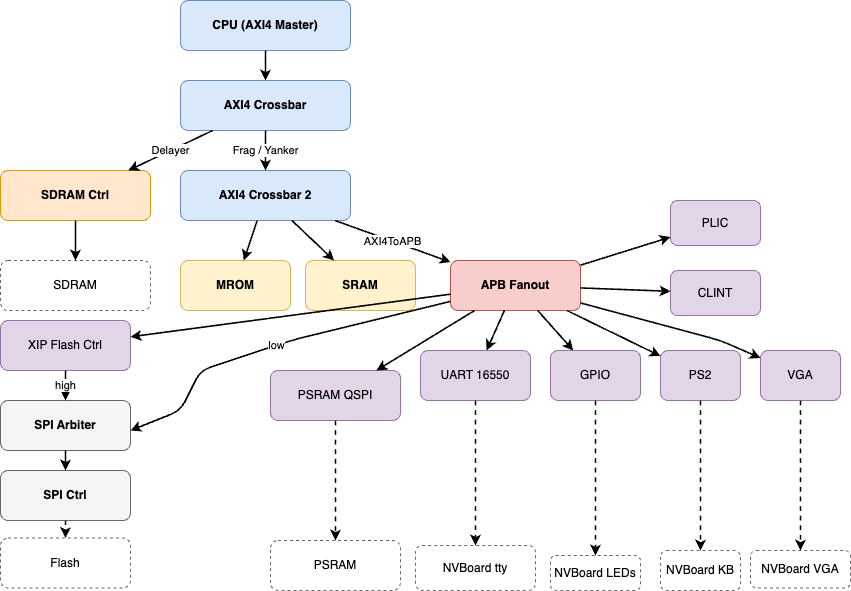
Earlier version of the draw.io export main/images/soc-arch.png (KINGFIOX/hitsz-bachelor-typst). Source tidied: cells renumbered, new cells last; positions are measured from the earlier drawing's top-left corner, leaving out a move shared by most shapes.
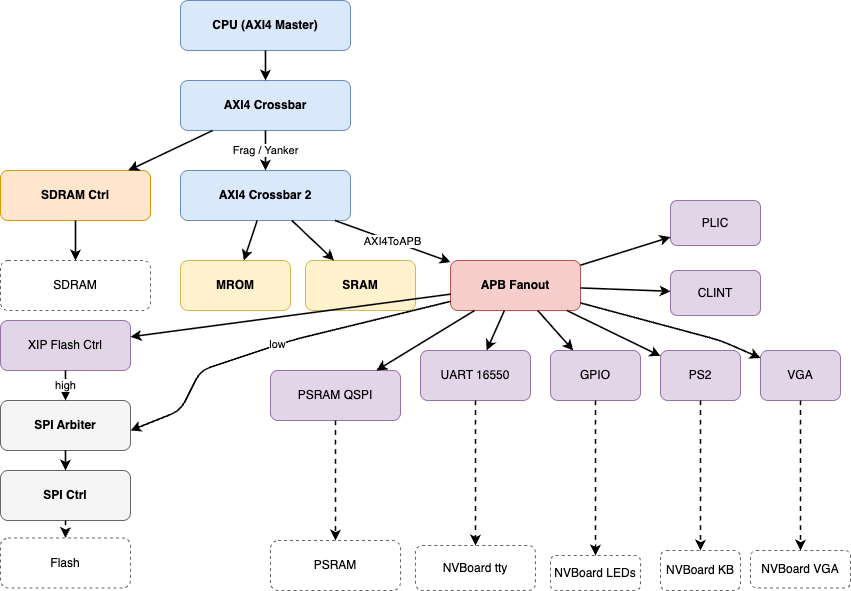
The same file after the commit.

Diff of the diagram source:
```diff
@@ -77,7 +77,7 @@
     <mxCell id="26" style="endArrow=classic;html=1;strokeWidth=1.6;" parent="1" edge="1" source="2" target="3">
       <mxGeometry relative="1" as="geometry" />
     </mxCell>
-    <mxCell id="27" value="Delayer" style="endArrow=classic;html=1;strokeWidth=1.6;" parent="1" edge="1" source="3" target="4">
+    <mxCell id="27" style="endArrow=classic;html=1;strokeWidth=1.6;" parent="1" edge="1" source="3" target="4">
       <mxGeometry relative="1" as="geometry" />
     </mxCell>
     <mxCell id="28" value="Frag / Yanker" style="endArrow=classic;html=1;strokeWidth=1.6;" parent="1" edge="1" source="3" target="5">
```
